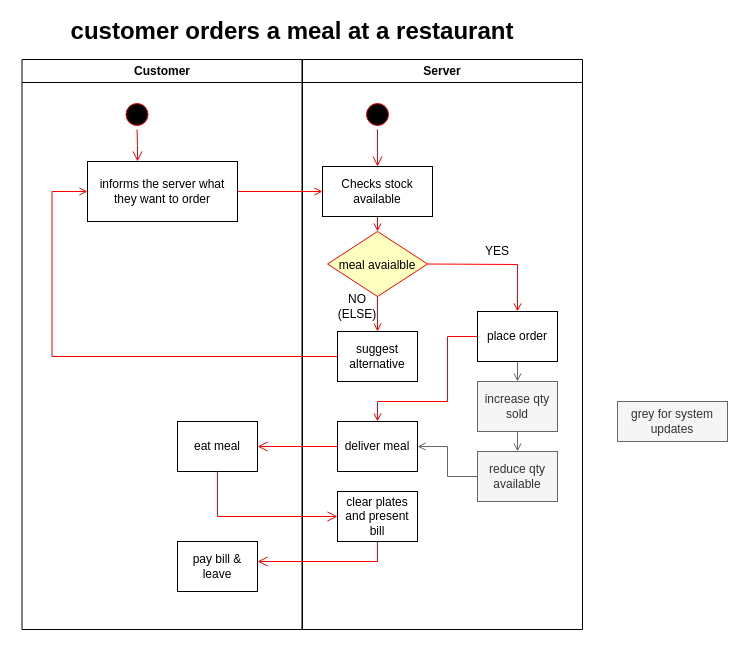
KryptoFlamingo/Inventory_Management_App keeps this draw.io diagram as documentation/Activity Diagram V2.drawio. Above is the earlier version. Source tidied: cells renumbered, new cells numbered last; positions are measured from the earlier drawing's top-left corner, leaving out a move shared by most shapes. Both pictures are drawn from the tidied source at 100%, with x=0, y=0 at pixel (17, 21).
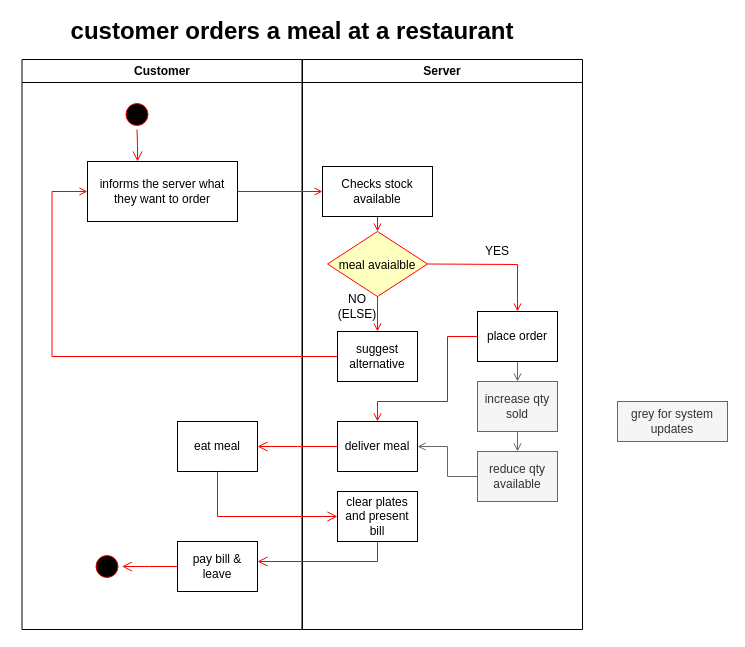
The same diagram, later.

Unchanged cells that the change refers to:
```xml
<mxCell id="2" value="Customer" style="swimlane;whiteSpace=wrap;" parent="1" vertex="1">
  <mxGeometry x="4.5" y="38" width="280" height="570" as="geometry" />
</mxCell>
<mxCell id="7" value="pay bill &amp; leave" style="whiteSpace=wrap;" parent="2" vertex="1">
  <mxGeometry x="155.5" y="482" width="80" height="50" as="geometry" />
</mxCell>
<mxCell id="8" value="Server" style="swimlane;whiteSpace=wrap;" parent="1" vertex="1">
  <mxGeometry x="285" y="38" width="280" height="570" as="geometry" />
</mxCell>
<mxCell id="11" value="Checks stock available" style="whiteSpace=wrap;" parent="8" vertex="1">
  <mxGeometry x="20" y="107" width="110" height="50" as="geometry" />
</mxCell>
```

The edit, as a diff of the source:
```diff
@@
+    <mxCell id="35" style="ellipse;shape=startState;fillColor=#000000;strokeColor=#ff0000;" parent="2" vertex="1">
+      <mxGeometry x="70" y="492" width="30" height="30" as="geometry" />
+    </mxCell>
+    <mxCell id="36" style="edgeStyle=elbowEdgeStyle;elbow=horizontal;verticalAlign=bottom;endArrow=open;endSize=8;strokeColor=#FF0000;endFill=1;rounded=0;entryX=1;entryY=0.5;entryDx=0;entryDy=0;exitX=0;exitY=0.5;exitDx=0;exitDy=0;" parent="2" edge="1" source="7" target="35">
+      <mxGeometry x="-124.5" y="-108" as="geometry" />
+    </mxCell>
@@
-    <mxCell id="9" style="ellipse;shape=startState;fillColor=#000000;strokeColor=#ff0000;" parent="8" vertex="1">
-      <mxGeometry x="60" y="40" width="30" height="30" as="geometry" />
-    </mxCell>
-    <mxCell id="10" style="edgeStyle=elbowEdgeStyle;elbow=horizontal;verticalAlign=bottom;endArrow=open;endSize=8;strokeColor=#FF0000;endFill=1;rounded=0;" parent="8" edge="1" source="9" target="11">
-      <mxGeometry x="40" y="20" as="geometry" />
-    </mxCell>
```
